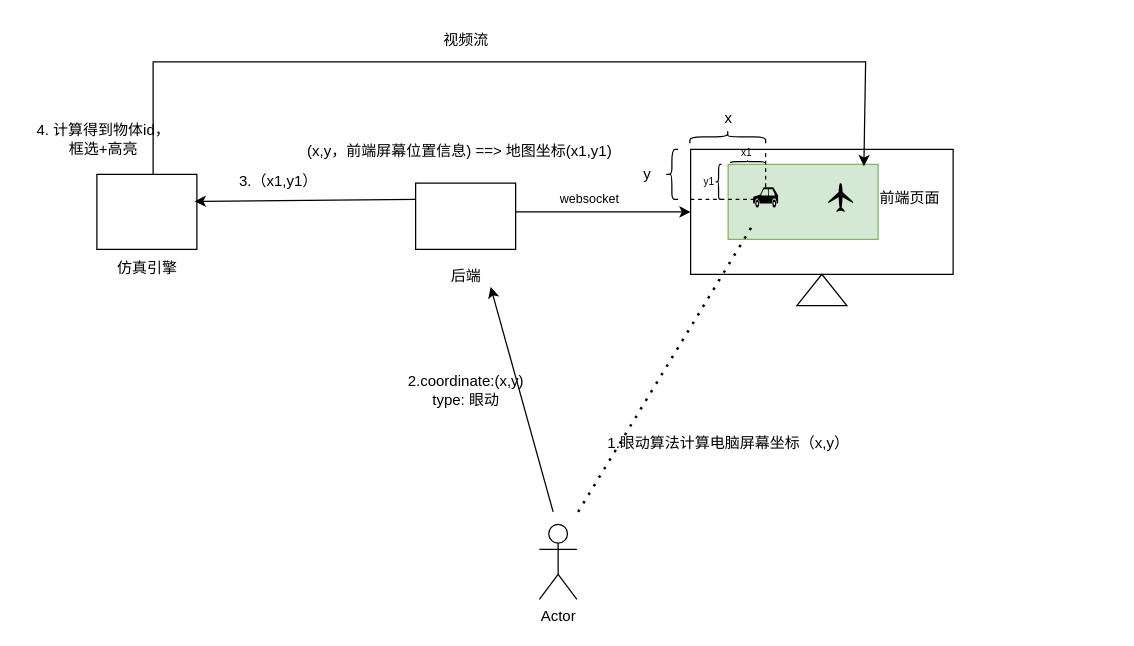
Above: 后端.drawio in callmeliuchu/AlgebraSolution (draw.io), before the change. Source tidied: cells renumbered, new cells numbered last; positions are measured from the earlier drawing's top-left corner, leaving out a move shared by most shapes. Both pictures are drawn from the tidied source at 125%, with x=0, y=0 at pixel (21, 21).
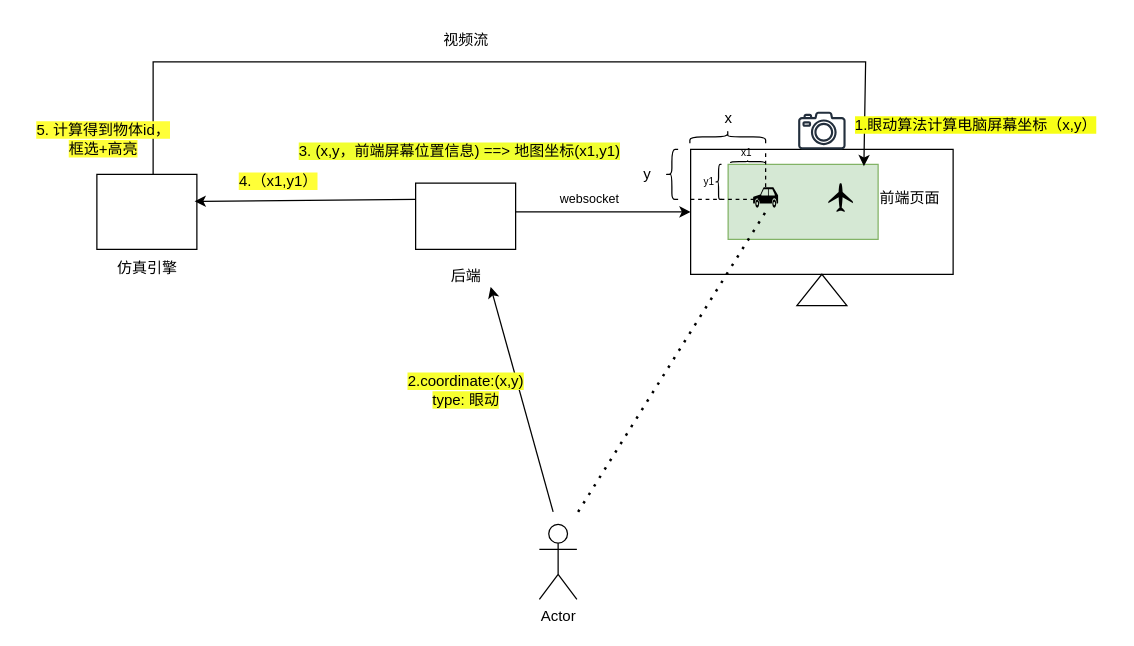
The same diagram, later.

Change to the diagram source:
```diff
@@
     <mxCell id="26" style="endArrow=none;dashed=1;html=1;dashPattern=1 3;strokeWidth=2;rounded=0;" parent="1" edge="1">
       <mxGeometry relative="1" as="geometry">
         <mxPoint x="445" y="392" as="sourcePoint" />
-        <mxPoint x="585" y="162" as="targetPoint" />
+        <mxPoint x="595" y="152" as="targetPoint" />
       </mxGeometry>
     </mxCell>
-    <mxCell id="27" value="1.眼动算法计算电脑屏幕坐标（x,y）" style="text;html=1;align=center;verticalAlign=middle;strokeColor=none;fillColor=none;" parent="1" vertex="1">
-      <mxGeometry x="454.7" y="322" width="220" height="30" as="geometry" />
+    <mxCell id="27" value="&lt;span style=&quot;background-color: rgb(247, 255, 23);&quot;&gt;1.眼动算法计算电脑屏幕坐标（x,y）&lt;/span&gt;" style="text;html=1;align=center;verticalAlign=middle;strokeColor=none;fillColor=none;" parent="1" vertex="1">
+      <mxGeometry x="652.5" y="68.4" width="220" height="30" as="geometry" />
     </mxCell>
@@
-    <mxCell id="29" value="2.coordinate:(x,y)&lt;br&gt;type: 眼动" style="text;html=1;align=center;verticalAlign=middle;strokeColor=none;fillColor=none;" parent="1" vertex="1">
+    <mxCell id="29" value="&lt;span style=&quot;background-color: rgb(248, 255, 48);&quot;&gt;2.coordinate:(x,y)&lt;br&gt;type: 眼动&lt;/span&gt;" style="text;html=1;align=center;verticalAlign=middle;strokeColor=none;fillColor=none;" parent="1" vertex="1">
       <mxGeometry x="295" y="275" width="120" height="40" as="geometry" />
     </mxCell>
@@
-    <mxCell id="32" value="(x,y，前端屏幕位置信息) ==&amp;gt; 地图坐标(x1,y1)" style="text;html=1;align=center;verticalAlign=middle;strokeColor=none;fillColor=none;" parent="1" vertex="1">
-      <mxGeometry x="215" y="88.5" width="270" height="30" as="geometry" />
+    <mxCell id="32" value="&lt;span style=&quot;background-color: rgb(241, 255, 48);&quot;&gt;3. (x,y，前端屏幕位置信息) ==&amp;gt; 地图坐标(x1,y1)&lt;/span&gt;" style="text;html=1;align=center;verticalAlign=middle;strokeColor=none;fillColor=none;" parent="1" vertex="1">
+      <mxGeometry x="210" y="88.5" width="280" height="30" as="geometry" />
     </mxCell>
-    <mxCell id="33" value="3.（x1,y1）" style="text;html=1;align=center;verticalAlign=middle;strokeColor=none;fillColor=none;" parent="1" vertex="1">
+    <mxCell id="33" value="&lt;span style=&quot;background-color: rgb(255, 255, 56);&quot;&gt;4.（x1,y1）&lt;/span&gt;" style="text;html=1;align=center;verticalAlign=middle;strokeColor=none;fillColor=none;" parent="1" vertex="1">
       <mxGeometry x="160" y="113" width="90" height="30" as="geometry" />
     </mxCell>
-    <mxCell id="34" value="4. 计算得到物体id，&lt;br&gt;框选+高亮" style="text;html=1;align=center;verticalAlign=middle;strokeColor=none;fillColor=none;" parent="1" vertex="1">
+    <mxCell id="34" value="&lt;span style=&quot;background-color: rgb(255, 255, 56);&quot;&gt;5. 计算得到物体id，&lt;br&gt;框选+高亮&lt;/span&gt;" style="text;html=1;align=center;verticalAlign=middle;strokeColor=none;fillColor=none;" parent="1" vertex="1">
       <mxGeometry y="74" width="130" height="40" as="geometry" />
     </mxCell>
+    <mxCell id="35" style="sketch=0;fontColor=#232F3E;gradientColor=none;fillColor=#232F3D;strokeColor=none;dashed=0;verticalLabelPosition=bottom;verticalAlign=top;align=center;html=1;fontSize=12;fontStyle=0;shape=mxgraph.aws4.camera2;" parent="1" vertex="1">
+      <mxGeometry x="621" y="71.8" width="38" height="30.2" as="geometry" />
+    </mxCell>
```
